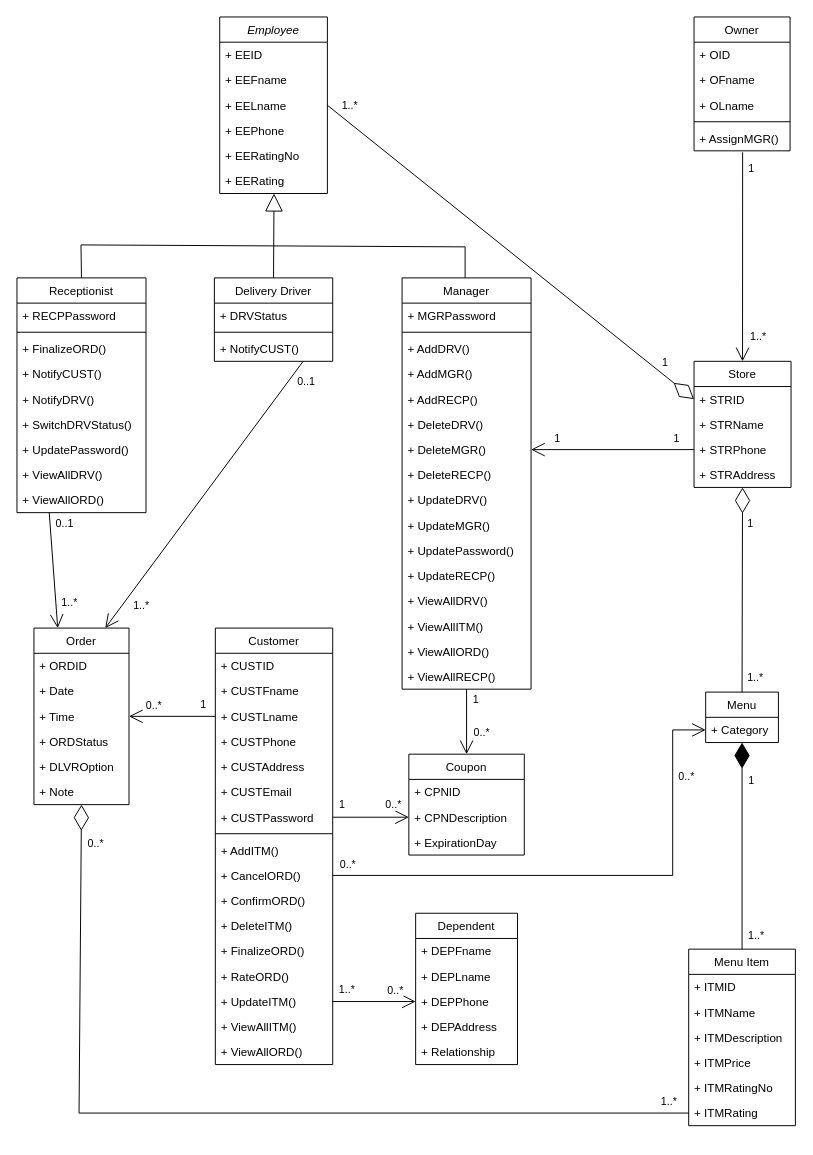
hqiao8/Restaurant-Management-System keeps this draw.io diagram as Class Diagram.drawio. Above is the earlier version. Source tidied: cells renumbered, new cells numbered last; positions are measured from the earlier drawing's top-left corner, leaving out a move shared by most shapes. Both pictures are drawn from the tidied source at 97%, with x=0, y=0 at pixel (16, 16).
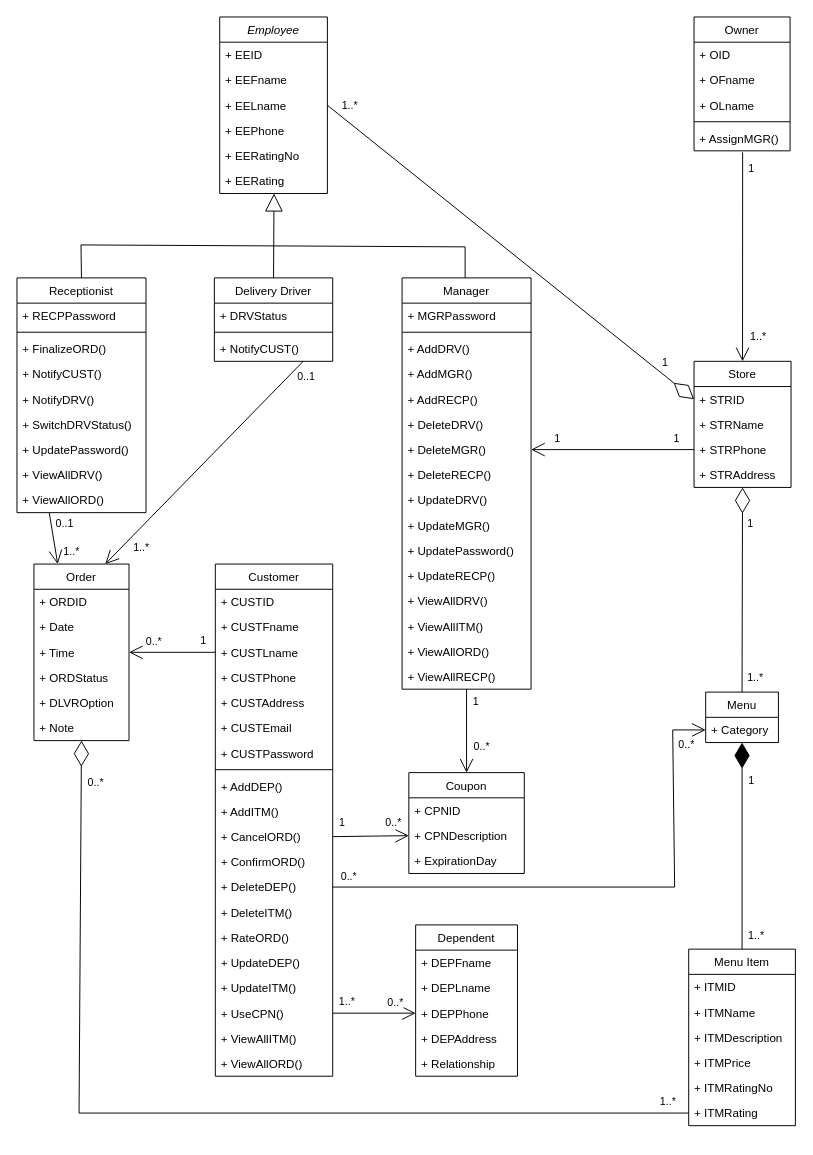
Above is the later version.

Unchanged cells that the change refers to:
```xml
<mxCell id="52" value="+ Category" style="text;strokeColor=none;fillColor=none;align=left;verticalAlign=top;spacingLeft=4;spacingRight=4;overflow=hidden;points=[[0,0.5],[1,0.5]];portConstraint=eastwest;" parent="51" vertex="1">
  <mxGeometry y="26" width="75" height="26" as="geometry" />
</mxCell>
<mxCell id="62" value="+ CPNDescription" style="text;strokeColor=none;fillColor=none;align=left;verticalAlign=top;spacingLeft=4;spacingRight=4;overflow=hidden;points=[[0,0.5],[1,0.5]];portConstraint=eastwest;" parent="60" vertex="1">
  <mxGeometry y="52" width="119" height="26" as="geometry" />
</mxCell>
<mxCell id="71" value="+ CUSTPassword" style="text;strokeColor=none;fillColor=none;align=left;verticalAlign=top;spacingLeft=4;spacingRight=4;overflow=hidden;points=[[0,0.5],[1,0.5]];portConstraint=eastwest;" parent="64" vertex="1">
  <mxGeometry y="182" width="121" height="26" as="geometry" />
</mxCell>
<mxCell id="85" value="+ DEPPhone" style="text;strokeColor=none;fillColor=none;align=left;verticalAlign=top;spacingLeft=4;spacingRight=4;overflow=hidden;points=[[0,0.5],[1,0.5]];portConstraint=eastwest;" parent="82" vertex="1">
  <mxGeometry y="78" width="105" height="26" as="geometry" />
</mxCell>
<mxCell id="115" style="endArrow=open;endFill=1;endSize=12;html=1;rounded=0;entryX=0.25;entryY=0;entryDx=0;entryDy=0;exitX=0.25;exitY=1;exitDx=0;exitDy=0;" parent="1" edge="1" source="2" target="88">
  <mxGeometry relative="1" as="geometry" />
</mxCell>
```

Diff of the diagram source:
```diff
@@
     <mxCell id="60" value="Coupon" style="swimlane;fontStyle=0;horizontal=1;startSize=26;fillColor=none;" parent="1" vertex="1">
-      <mxGeometry x="404" y="760" width="119" height="104" as="geometry" />
+      <mxGeometry x="404" y="779" width="119" height="104" as="geometry" />
     </mxCell>
@@
     <mxCell id="64" value="Customer" style="swimlane;fontStyle=0;align=center;verticalAlign=top;horizontal=1;startSize=26;" parent="1" vertex="1">
-      <mxGeometry x="204.5" y="630" width="121" height="450" as="geometry" />
+      <mxGeometry x="204.5" y="564" width="121" height="528" as="geometry" />
     </mxCell>
@@
+    <mxCell id="136" value="+ AddDEP()" style="text;strokeColor=none;fillColor=none;align=left;verticalAlign=top;spacingLeft=4;spacingRight=4;overflow=hidden;" parent="64" vertex="1">
+      <mxGeometry y="216" width="121" height="26" as="geometry" />
+    </mxCell>
     <mxCell id="73" value="+ AddITM()" style="text;strokeColor=none;fillColor=none;align=left;verticalAlign=top;spacingLeft=4;spacingRight=4;overflow=hidden;" parent="64" vertex="1">
-      <mxGeometry y="216" width="121" height="26" as="geometry" />
+      <mxGeometry y="242" width="121" height="26" as="geometry" />
     </mxCell>
     <mxCell id="74" value="+ CancelORD()" style="text;strokeColor=none;fillColor=none;align=left;verticalAlign=top;spacingLeft=4;spacingRight=4;overflow=hidden;points=[[0,0.5],[1,0.5]];portConstraint=eastwest;" parent="64" vertex="1">
-      <mxGeometry y="242" width="121" height="26" as="geometry" />
+      <mxGeometry y="268" width="121" height="26" as="geometry" />
     </mxCell>
     <mxCell id="75" value="+ ConfirmORD()" style="text;strokeColor=none;fillColor=none;align=left;verticalAlign=top;spacingLeft=4;spacingRight=4;overflow=hidden;" parent="64" vertex="1">
-      <mxGeometry y="268" width="121" height="26" as="geometry" />
+      <mxGeometry y="294" width="121" height="26" as="geometry" />
     </mxCell>
+    <mxCell id="137" value="+ DeleteDEP()" style="text;strokeColor=none;fillColor=none;align=left;verticalAlign=top;spacingLeft=4;spacingRight=4;overflow=hidden;points=[[0,0.5],[1,0.5]];portConstraint=eastwest;" parent="64" vertex="1">
+      <mxGeometry y="320" width="121" height="26" as="geometry" />
+    </mxCell>
     <mxCell id="76" value="+ DeleteITM()" style="text;strokeColor=none;fillColor=none;align=left;verticalAlign=top;spacingLeft=4;spacingRight=4;overflow=hidden;" parent="64" vertex="1">
-      <mxGeometry y="294" width="121" height="26" as="geometry" />
+      <mxGeometry y="346" width="121" height="26" as="geometry" />
     </mxCell>
-    <mxCell id="77" value="+ FinalizeORD()" style="text;strokeColor=none;fillColor=none;align=left;verticalAlign=top;spacingLeft=4;spacingRight=4;overflow=hidden;" parent="64" vertex="1">
-      <mxGeometry y="320" width="121" height="26" as="geometry" />
-    </mxCell>
     <mxCell id="78" value="+ RateORD()" style="text;strokeColor=none;fillColor=none;align=left;verticalAlign=top;spacingLeft=4;spacingRight=4;overflow=hidden;" parent="64" vertex="1">
-      <mxGeometry y="346" width="121" height="26" as="geometry" />
+      <mxGeometry y="372" width="121" height="26" as="geometry" />
     </mxCell>
+    <mxCell id="138" value="+ UpdateDEP()" style="text;strokeColor=none;fillColor=none;align=left;verticalAlign=top;spacingLeft=4;spacingRight=4;overflow=hidden;" parent="64" vertex="1">
+      <mxGeometry y="398" width="121" height="26" as="geometry" />
+    </mxCell>
     <mxCell id="79" value="+ UpdateITM()" style="text;strokeColor=none;fillColor=none;align=left;verticalAlign=top;spacingLeft=4;spacingRight=4;overflow=hidden;points=[[0,0.5],[1,0.5]];portConstraint=eastwest;" parent="64" vertex="1">
-      <mxGeometry y="372" width="121" height="26" as="geometry" />
+      <mxGeometry y="424" width="121" height="26" as="geometry" />
     </mxCell>
+    <mxCell id="139" value="+ UseCPN()" style="text;strokeColor=none;fillColor=none;align=left;verticalAlign=top;spacingLeft=4;spacingRight=4;overflow=hidden;points=[[0,0.5],[1,0.5]];portConstraint=eastwest;" parent="64" vertex="1">
+      <mxGeometry y="450" width="121" height="26" as="geometry" />
+    </mxCell>
     <mxCell id="80" value="+ ViewAllITM()" style="text;strokeColor=none;fillColor=none;align=left;verticalAlign=top;spacingLeft=4;spacingRight=4;overflow=hidden;" parent="64" vertex="1">
-      <mxGeometry y="398" width="121" height="26" as="geometry" />
+      <mxGeometry y="476" width="121" height="26" as="geometry" />
     </mxCell>
     <mxCell id="81" value="+ ViewAllORD()" style="text;strokeColor=none;fillColor=none;align=left;verticalAlign=top;spacingLeft=4;spacingRight=4;overflow=hidden;" parent="64" vertex="1">
-      <mxGeometry y="424" width="121" height="26" as="geometry" />
+      <mxGeometry y="502" width="121" height="26" as="geometry" />
     </mxCell>
     <mxCell id="82" value="Dependent" style="swimlane;fontStyle=0;horizontal=1;startSize=26;fillColor=none;" parent="1" vertex="1">
-      <mxGeometry x="411" y="924" width="105" height="156" as="geometry" />
+      <mxGeometry x="411" y="936" width="105" height="156" as="geometry" />
     </mxCell>
@@
     <mxCell id="88" value="Order" style="swimlane;fontStyle=0;horizontal=1;startSize=26;fillColor=none;" parent="1" vertex="1">
-      <mxGeometry x="17.5" y="630" width="98" height="182" as="geometry" />
+      <mxGeometry x="17.5" y="564" width="98" height="182" as="geometry" />
     </mxCell>
@@
     <mxCell id="116" value="0..1" style="edgeLabel;html=1;align=center;verticalAlign=middle;" parent="115" vertex="1">
       <mxGeometry x="-0.86" relative="1" as="geometry">
-        <mxPoint x="15" y="3" as="offset" />
+        <mxPoint x="15" y="7" as="offset" />
       </mxGeometry>
     </mxCell>
     <mxCell id="117" value="1..*" style="edgeLabel;html=1;align=center;verticalAlign=middle;" parent="115" vertex="1">
       <mxGeometry x="0.62" y="2" relative="1" as="geometry">
-        <mxPoint x="11" y="-4" as="offset" />
+        <mxPoint x="13" y="-4" as="offset" />
       </mxGeometry>
     </mxCell>
@@
-    <mxCell id="124" style="endArrow=open;endFill=1;endSize=12;html=1;rounded=0;exitX=1;exitY=0.5;exitDx=0;exitDy=0;entryX=0;entryY=0.5;entryDx=0;entryDy=0;" parent="1" edge="1" source="71" target="62">
+    <mxCell id="124" style="endArrow=open;endFill=1;endSize=12;html=1;rounded=0;exitX=1;exitY=0.5;exitDx=0;exitDy=0;entryX=0;entryY=0.5;entryDx=0;entryDy=0;" parent="1" edge="1" source="74" target="62">
       <mxGeometry relative="1" as="geometry" />
     </mxCell>
@@
-    <mxCell id="127" style="endArrow=open;endFill=1;endSize=12;html=1;rounded=0;exitX=1;exitY=0.5;exitDx=0;exitDy=0;entryX=0;entryY=0.5;entryDx=0;entryDy=0;" parent="1" edge="1" source="74" target="52">
+    <mxCell id="127" style="endArrow=open;endFill=1;endSize=12;html=1;rounded=0;exitX=1;exitY=0.5;exitDx=0;exitDy=0;entryX=0;entryY=0.5;entryDx=0;entryDy=0;" parent="1" edge="1" source="137" target="52">
       <mxGeometry relative="1" as="geometry">
         <Array as="points">
-          <mxPoint x="676" y="885" />
+          <mxPoint x="678" y="897" />
           <mxPoint x="676" y="735" />
         </Array>
       </mxGeometry>
     </mxCell>
     <mxCell id="128" value="0..*" style="edgeLabel;html=1;align=center;verticalAlign=middle;" parent="127" vertex="1">
       <mxGeometry x="0.72" y="-1" relative="1" as="geometry">
-        <mxPoint x="12" y="7" as="offset" />
+        <mxPoint x="12" y="-28" as="offset" />
       </mxGeometry>
     </mxCell>
@@
-    <mxCell id="130" style="endArrow=open;endFill=1;endSize=12;html=1;rounded=0;entryX=0;entryY=0.5;entryDx=0;entryDy=0;exitX=1;exitY=0.5;exitDx=0;exitDy=0;" parent="1" edge="1" source="79" target="85">
+    <mxCell id="130" style="endArrow=open;endFill=1;endSize=12;html=1;rounded=0;entryX=0;entryY=0.5;entryDx=0;entryDy=0;exitX=1;exitY=0.5;exitDx=0;exitDy=0;" parent="1" edge="1" source="139" target="85">
       <mxGeometry relative="1" as="geometry" />
     </mxCell>
```
